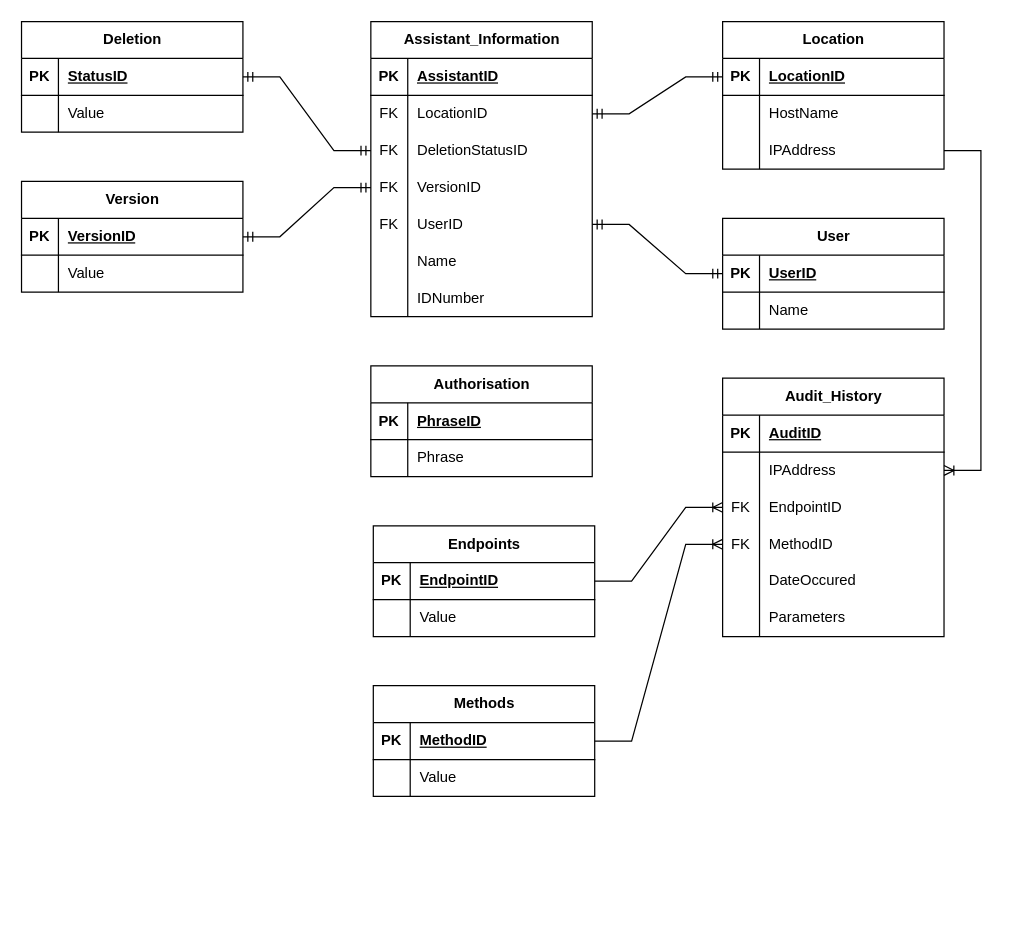
Above: Database ERD.drawio in LegendarySpork9/Hunter-Industries-API (draw.io), before the change. Source tidied: cells renumbered, new cells numbered last; positions are measured from the earlier drawing's top-left corner, leaving out a move shared by most shapes. Both pictures are drawn from the tidied source at 123%, with x=0, y=0 at pixel (21, 21).
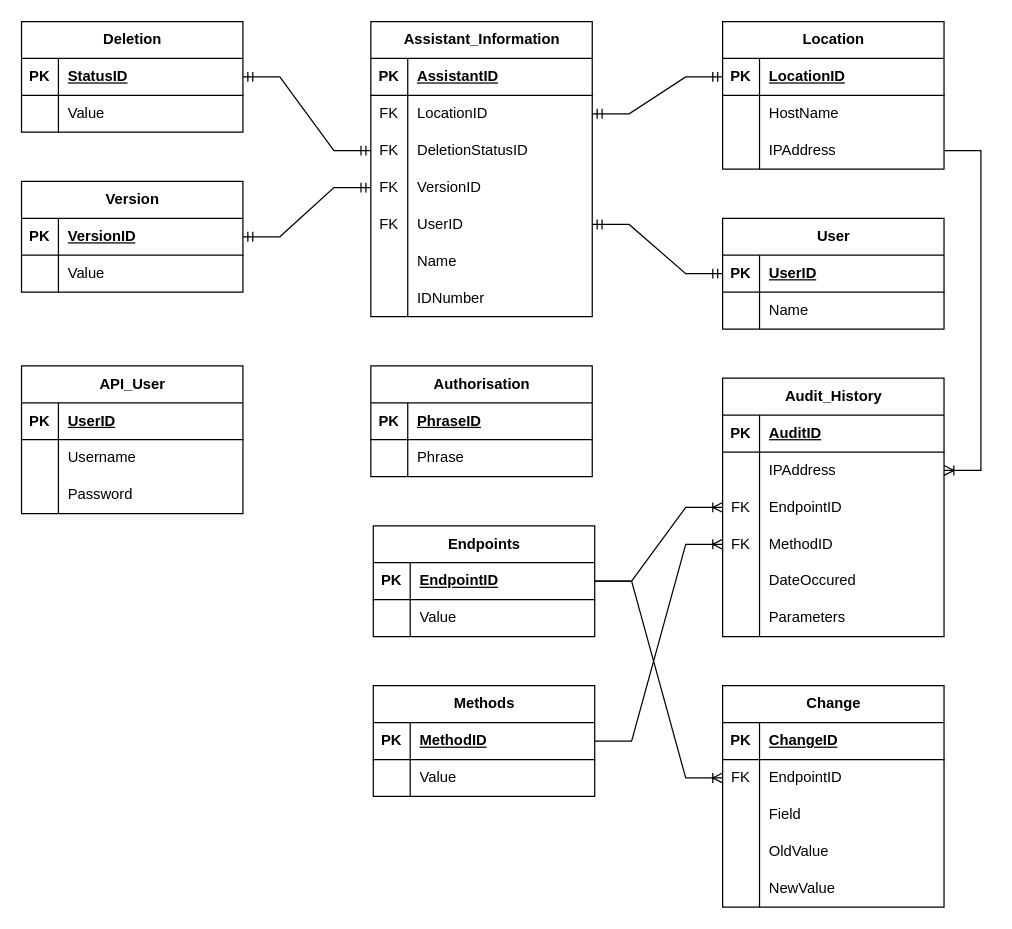
Above is the later version.

Commit message:
API Database ERD

The change refers to these unchanged cells:
```xml
<mxCell id="87" style="shape=tableRow;horizontal=0;startSize=0;swimlaneHead=0;swimlaneBody=0;fillColor=none;points=[[0,0.5],[1,0.5]];portConstraint=eastwest;top=0;left=0;right=0;bottom=1;" parent="86" vertex="1">
  <mxGeometry y="30" width="180" height="30" as="geometry" />
</mxCell>
```

Change to the diagram source:
```diff
@@
+    <mxCell id="102" value="API_User" style="shape=table;startSize=30;childLayout=tableLayout;rowLines=0;fontStyle=1;align=center;html=1;" parent="1" vertex="1">
+      <mxGeometry y="280" width="180" height="120" as="geometry" />
+    </mxCell>
+    <mxCell id="103" style="shape=tableRow;horizontal=0;startSize=0;swimlaneHead=0;swimlaneBody=0;fillColor=none;top=0;left=0;right=0;bottom=1;" parent="102" vertex="1">
+      <mxGeometry y="30" width="180" height="30" as="geometry" />
+    </mxCell>
+    <mxCell id="104" value="PK" style="shape=partialRectangle;fillColor=none;top=0;left=0;bottom=0;right=0;fontStyle=1;overflow=hidden;whiteSpace=wrap;html=1;" parent="103" vertex="1">
+      <mxGeometry width="30" height="30" as="geometry" />
+    </mxCell>
+    <mxCell id="105" value="UserID" style="shape=partialRectangle;fillColor=none;top=0;left=0;bottom=0;right=0;align=left;spacingLeft=6;fontStyle=5;overflow=hidden;whiteSpace=wrap;html=1;" parent="103" vertex="1">
+      <mxGeometry x="30" width="150" height="30" as="geometry" />
+    </mxCell>
+    <mxCell id="106" style="shape=tableRow;horizontal=0;startSize=0;swimlaneHead=0;swimlaneBody=0;fillColor=none;top=0;left=0;right=0;bottom=0;" parent="102" vertex="1">
+      <mxGeometry y="60" width="180" height="30" as="geometry" />
+    </mxCell>
+    <mxCell id="107" style="shape=partialRectangle;fillColor=none;top=0;left=0;bottom=0;right=0;overflow=hidden;whiteSpace=wrap;html=1;" parent="106" vertex="1">
+      <mxGeometry width="30" height="30" as="geometry" />
+    </mxCell>
+    <mxCell id="108" value="Username" style="shape=partialRectangle;fillColor=none;top=0;left=0;bottom=0;right=0;align=left;spacingLeft=6;overflow=hidden;whiteSpace=wrap;html=1;" parent="106" vertex="1">
+      <mxGeometry x="30" width="150" height="30" as="geometry" />
+    </mxCell>
+    <mxCell id="109" style="shape=tableRow;horizontal=0;startSize=0;swimlaneHead=0;swimlaneBody=0;fillColor=none;top=0;left=0;right=0;bottom=0;" parent="102" vertex="1">
+      <mxGeometry y="90" width="180" height="30" as="geometry" />
+    </mxCell>
+    <mxCell id="110" style="shape=partialRectangle;fillColor=none;top=0;left=0;bottom=0;right=0;overflow=hidden;whiteSpace=wrap;html=1;" parent="109" vertex="1">
+      <mxGeometry width="30" height="30" as="geometry" />
+    </mxCell>
+    <mxCell id="111" value="Password" style="shape=partialRectangle;fillColor=none;top=0;left=0;bottom=0;right=0;align=left;spacingLeft=6;overflow=hidden;whiteSpace=wrap;html=1;" parent="109" vertex="1">
+      <mxGeometry x="30" width="150" height="30" as="geometry" />
+    </mxCell>
+    <mxCell id="112" value="Change" style="shape=table;startSize=30;childLayout=tableLayout;rowLines=0;fontStyle=1;align=center;html=1;" parent="1" vertex="1">
+      <mxGeometry x="570" y="540" width="180" height="180" as="geometry" />
+    </mxCell>
+    <mxCell id="113" style="shape=tableRow;horizontal=0;startSize=0;swimlaneHead=0;swimlaneBody=0;fillColor=none;top=0;left=0;right=0;bottom=1;" parent="112" vertex="1">
+      <mxGeometry y="30" width="180" height="30" as="geometry" />
+    </mxCell>
+    <mxCell id="114" value="PK" style="shape=partialRectangle;fillColor=none;top=0;left=0;bottom=0;right=0;fontStyle=1;overflow=hidden;whiteSpace=wrap;html=1;" parent="113" vertex="1">
+      <mxGeometry width="30" height="30" as="geometry" />
+    </mxCell>
+    <mxCell id="115" value="ChangeID" style="shape=partialRectangle;fillColor=none;top=0;left=0;bottom=0;right=0;align=left;spacingLeft=6;fontStyle=5;overflow=hidden;whiteSpace=wrap;html=1;" parent="113" vertex="1">
+      <mxGeometry x="30" width="150" height="30" as="geometry" />
+    </mxCell>
+    <mxCell id="116" style="shape=tableRow;horizontal=0;startSize=0;swimlaneHead=0;swimlaneBody=0;fillColor=none;points=[[0,0.5],[1,0.5]];portConstraint=eastwest;top=0;left=0;right=0;bottom=0;" parent="112" vertex="1">
+      <mxGeometry y="60" width="180" height="30" as="geometry" />
+    </mxCell>
+    <mxCell id="117" value="FK" style="shape=partialRectangle;fillColor=none;top=0;left=0;bottom=0;right=0;overflow=hidden;whiteSpace=wrap;html=1;" parent="116" vertex="1">
+      <mxGeometry width="30" height="30" as="geometry" />
+    </mxCell>
+    <mxCell id="118" value="EndpointID" style="shape=partialRectangle;fillColor=none;top=0;left=0;bottom=0;right=0;align=left;spacingLeft=6;overflow=hidden;whiteSpace=wrap;html=1;" parent="116" vertex="1">
+      <mxGeometry x="30" width="150" height="30" as="geometry" />
+    </mxCell>
+    <mxCell id="119" style="shape=tableRow;horizontal=0;startSize=0;swimlaneHead=0;swimlaneBody=0;fillColor=none;top=0;left=0;right=0;bottom=0;" parent="112" vertex="1">
+      <mxGeometry y="90" width="180" height="30" as="geometry" />
+    </mxCell>
+    <mxCell id="120" style="shape=partialRectangle;fillColor=none;top=0;left=0;bottom=0;right=0;overflow=hidden;whiteSpace=wrap;html=1;" parent="119" vertex="1">
+      <mxGeometry width="30" height="30" as="geometry" />
+    </mxCell>
+    <mxCell id="121" value="Field" style="shape=partialRectangle;fillColor=none;top=0;left=0;bottom=0;right=0;align=left;spacingLeft=6;overflow=hidden;whiteSpace=wrap;html=1;" parent="119" vertex="1">
+      <mxGeometry x="30" width="150" height="30" as="geometry" />
+    </mxCell>
+    <mxCell id="122" style="shape=tableRow;horizontal=0;startSize=0;swimlaneHead=0;swimlaneBody=0;fillColor=none;top=0;left=0;right=0;bottom=0;" parent="112" vertex="1">
+      <mxGeometry y="120" width="180" height="30" as="geometry" />
+    </mxCell>
+    <mxCell id="123" style="shape=partialRectangle;fillColor=none;top=0;left=0;bottom=0;right=0;overflow=hidden;whiteSpace=wrap;html=1;" parent="122" vertex="1">
+      <mxGeometry width="30" height="30" as="geometry" />
+    </mxCell>
+    <mxCell id="124" value="OldValue" style="shape=partialRectangle;fillColor=none;top=0;left=0;bottom=0;right=0;align=left;spacingLeft=6;overflow=hidden;whiteSpace=wrap;html=1;" parent="122" vertex="1">
+      <mxGeometry x="30" width="150" height="30" as="geometry" />
+    </mxCell>
+    <mxCell id="125" style="shape=tableRow;horizontal=0;startSize=0;swimlaneHead=0;swimlaneBody=0;fillColor=none;top=0;left=0;right=0;bottom=0;" parent="112" vertex="1">
+      <mxGeometry y="150" width="180" height="30" as="geometry" />
+    </mxCell>
+    <mxCell id="126" style="shape=partialRectangle;fillColor=none;top=0;left=0;bottom=0;right=0;overflow=hidden;whiteSpace=wrap;html=1;" parent="125" vertex="1">
+      <mxGeometry width="30" height="30" as="geometry" />
+    </mxCell>
+    <mxCell id="127" value="NewValue" style="shape=partialRectangle;fillColor=none;top=0;left=0;bottom=0;right=0;align=left;spacingLeft=6;overflow=hidden;whiteSpace=wrap;html=1;" parent="125" vertex="1">
+      <mxGeometry x="30" width="150" height="30" as="geometry" />
+    </mxCell>
+    <mxCell id="128" style="edgeStyle=entityRelationEdgeStyle;fontSize=12;html=1;endArrow=ERoneToMany;rounded=0;exitX=1;exitY=0.5;exitDx=0;exitDy=0;entryX=0;entryY=0.5;entryDx=0;entryDy=0;" parent="1" edge="1" source="87" target="116">
+      <mxGeometry relative="1" as="geometry" />
+    </mxCell>
```
